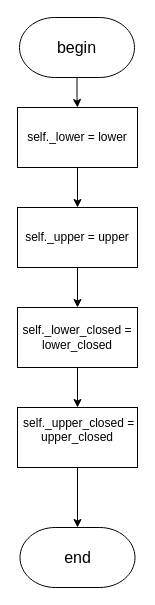
Above: page "init" (1 of 12) of lw2/schemes/interval.drawio in slavikovics/FuzzyInference (draw.io), before the change. Source tidied: cells renumbered, new cells numbered last; positions are measured from the earlier drawing's top-left corner, leaving out a move shared by most shapes. Both pictures are drawn from the tidied source at 100%, with x=0, y=0 at pixel (17, 17).
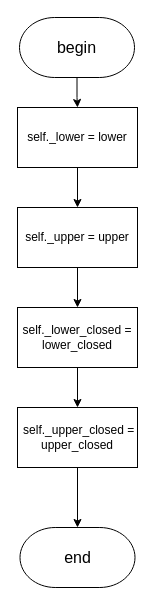
The same diagram, later.

Diff of the diagram source:
```diff
@@
 <mxGraphModel>
   <root>
     <mxCell id="0" />
     <mxCell id="1" parent="0" />
     <mxCell id="2" style="edgeStyle=orthogonalEdgeStyle;rounded=0;jettySize=auto;html=1;entryX=0.5;entryY=0;entryDx=0;entryDy=0;" parent="1" edge="1" source="3" target="6">
       <mxGeometry relative="1" as="geometry" />
     </mxCell>
     <mxCell id="3" value="&lt;font style=&quot;font-size: 16px;&quot;&gt;begin&lt;/font&gt;" style="strokeWidth=1;html=1;shape=mxgraph.flowchart.terminator;whiteSpace=wrap;" parent="1" vertex="1">
       <mxGeometry x="2" width="115" height="60" as="geometry" />
     </mxCell>
     <mxCell id="4" value="&lt;font style=&quot;font-size: 16px;&quot;&gt;end&lt;/font&gt;" style="strokeWidth=1;html=1;shape=mxgraph.flowchart.terminator;whiteSpace=wrap;" parent="1" vertex="1">
       <mxGeometry x="2.5" y="510" width="115" height="60" as="geometry" />
     </mxCell>
     <mxCell id="5" style="edgeStyle=orthogonalEdgeStyle;rounded=0;jettySize=auto;html=1;entryX=0.5;entryY=0;entryDx=0;entryDy=0;" parent="1" edge="1" source="6" target="8">
       <mxGeometry relative="1" as="geometry" />
     </mxCell>
     <mxCell id="6" value="self._lower = lower" style="rounded=0;whiteSpace=wrap;html=1;" parent="1" vertex="1">
       <mxGeometry y="90" width="120" height="60" as="geometry" />
     </mxCell>
     <mxCell id="7" style="edgeStyle=orthogonalEdgeStyle;rounded=0;jettySize=auto;html=1;entryX=0.5;entryY=0;entryDx=0;entryDy=0;" parent="1" edge="1" source="8" target="10">
       <mxGeometry relative="1" as="geometry" />
     </mxCell>
     <mxCell id="8" value="self._upper = upper" style="rounded=0;whiteSpace=wrap;html=1;" parent="1" vertex="1">
       <mxGeometry y="190" width="120" height="60" as="geometry" />
     </mxCell>
     <mxCell id="9" style="edgeStyle=orthogonalEdgeStyle;rounded=0;jettySize=auto;html=1;" parent="1" edge="1" source="10" target="12">
       <mxGeometry relative="1" as="geometry" />
     </mxCell>
     <mxCell id="10" value="self._lower_closed = lower_closed" style="rounded=0;whiteSpace=wrap;html=1;" parent="1" vertex="1">
       <mxGeometry y="290" width="120" height="60" as="geometry" />
     </mxCell>
     <mxCell id="11" style="edgeStyle=orthogonalEdgeStyle;rounded=0;jettySize=auto;html=1;" parent="1" edge="1" source="12" target="4">
       <mxGeometry relative="1" as="geometry" />
     </mxCell>
-    <mxCell id="12" value="&lt;div&gt;&amp;nbsp;self._upper_closed = upper_closed&lt;/div&gt;&lt;div&gt;&lt;br&gt;&lt;/div&gt;" style="rounded=0;whiteSpace=wrap;html=1;" parent="1" vertex="1">
+    <mxCell id="12" value="&lt;div&gt;&amp;nbsp;self._upper_closed = upper_closed&lt;/div&gt;" style="rounded=0;whiteSpace=wrap;html=1;" parent="1" vertex="1">
       <mxGeometry y="390" width="120" height="60" as="geometry" />
     </mxCell>
   </root>
 </mxGraphModel>
```
